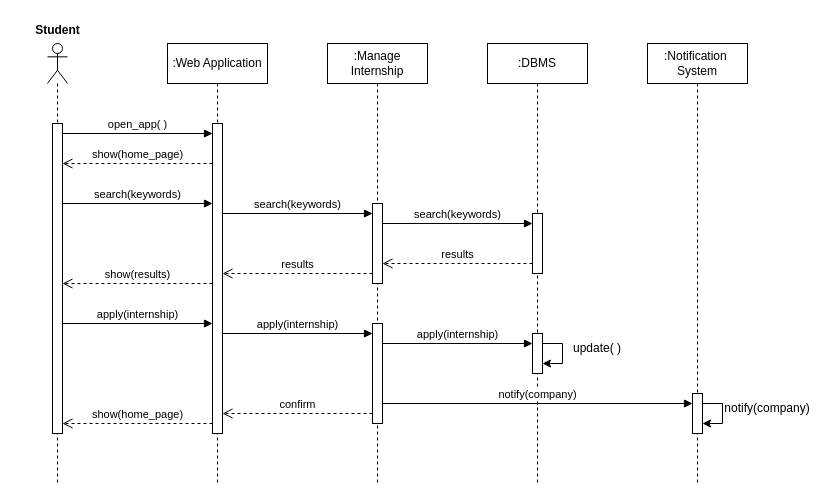
Earlier version of the draw.io diagram DD/Misc/Seq4.drawio (Zero3474/AlkhetiarBonardi). Source tidied: cells renumbered, new cells numbered last; positions are measured from the earlier drawing's top-left corner, leaving out a move shared by most shapes. Both pictures are drawn from the tidied source at 100%, with x=0, y=0 at pixel (17, 17).
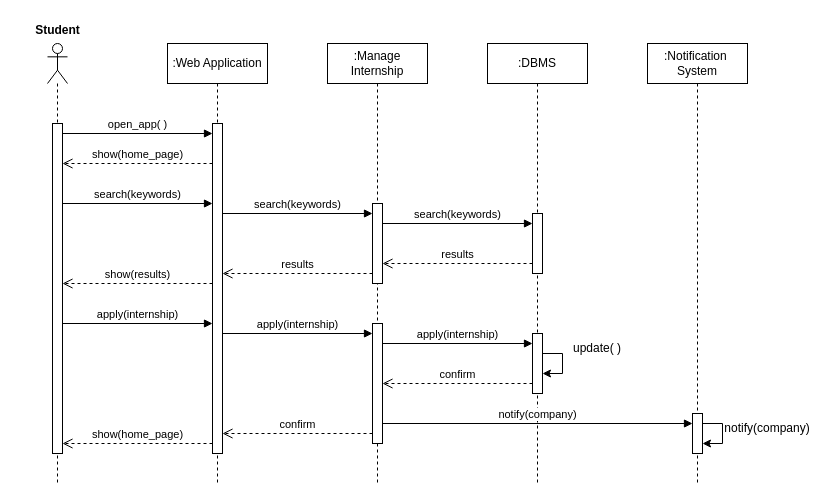
The same diagram, later.

The change refers to these unchanged cells:
```xml
<mxCell id="2" style="shape=umlLifeline;perimeter=lifelinePerimeter;whiteSpace=wrap;html=1;newEdgeStyle={&quot;curved&quot;:0,&quot;rounded&quot;:0};participant=umlActor;" parent="1" vertex="1">
  <mxGeometry x="30" y="26" width="20" height="440" as="geometry" />
</mxCell>
<mxCell id="5" value=":Web Application" style="shape=umlLifeline;perimeter=lifelinePerimeter;whiteSpace=wrap;html=1;newEdgeStyle={&quot;curved&quot;:0,&quot;rounded&quot;:0};" parent="1" vertex="1">
  <mxGeometry x="150" y="26" width="100" height="440" as="geometry" />
</mxCell>
<mxCell id="7" value=":Manage Internship" style="shape=umlLifeline;perimeter=lifelinePerimeter;whiteSpace=wrap;html=1;newEdgeStyle={&quot;curved&quot;:0,&quot;rounded&quot;:0};" parent="1" vertex="1">
  <mxGeometry x="310" y="26" width="100" height="440" as="geometry" />
</mxCell>
<mxCell id="10" value=":DBMS" style="shape=umlLifeline;perimeter=lifelinePerimeter;whiteSpace=wrap;html=1;newEdgeStyle={&quot;curved&quot;:0,&quot;rounded&quot;:0};" parent="1" vertex="1">
  <mxGeometry x="470" y="26" width="100" height="440" as="geometry" />
</mxCell>
<mxCell id="14" value=":Notification&amp;nbsp;&lt;div&gt;System&lt;/div&gt;" style="shape=umlLifeline;perimeter=lifelinePerimeter;whiteSpace=wrap;html=1;newEdgeStyle={&quot;curved&quot;:0,&quot;rounded&quot;:0};" parent="1" vertex="1">
  <mxGeometry x="630" y="26" width="100" height="440" as="geometry" />
</mxCell>
```

Change to the diagram source:
```diff
@@
     <mxCell id="3" style="html=1;perimeter=orthogonalPerimeter;targetShapes=umlLifeline;newEdgeStyle={&quot;curved&quot;:0,&quot;rounded&quot;:0};" parent="2" vertex="1">
-      <mxGeometry x="5" y="80" width="10" height="310" as="geometry" />
+      <mxGeometry x="5" y="80" width="10" height="330" as="geometry" />
     </mxCell>
@@
     <mxCell id="6" style="html=1;perimeter=orthogonalPerimeter;targetShapes=umlLifeline;newEdgeStyle={&quot;curved&quot;:0,&quot;rounded&quot;:0};" parent="5" vertex="1">
-      <mxGeometry x="45" y="80" width="10" height="310" as="geometry" />
+      <mxGeometry x="45" y="80" width="10" height="330" as="geometry" />
     </mxCell>
@@
     <mxCell id="9" style="html=1;perimeter=orthogonalPerimeter;targetShapes=umlLifeline;newEdgeStyle={&quot;curved&quot;:0,&quot;rounded&quot;:0};" parent="7" vertex="1">
-      <mxGeometry x="45" y="280" width="10" height="100" as="geometry" />
+      <mxGeometry x="45" y="280" width="10" height="120" as="geometry" />
     </mxCell>
@@
     <mxCell id="12" style="html=1;points=[[0,0,0,0,5],[0,1,0,0,-5],[1,0,0,0,5],[1,1,0,0,-5]];perimeter=orthogonalPerimeter;outlineConnect=0;targetShapes=umlLifeline;portConstraint=eastwest;newEdgeStyle={&quot;curved&quot;:0,&quot;rounded&quot;:0};" parent="10" vertex="1">
-      <mxGeometry x="45" y="290" width="10" height="40" as="geometry" />
+      <mxGeometry x="45" y="290" width="10" height="60" as="geometry" />
     </mxCell>
@@
     <mxCell id="15" style="html=1;points=[[0,0,0,0,5],[0,1,0,0,-5],[1,0,0,0,5],[1,1,0,0,-5]];perimeter=orthogonalPerimeter;outlineConnect=0;targetShapes=umlLifeline;portConstraint=eastwest;newEdgeStyle={&quot;curved&quot;:0,&quot;rounded&quot;:0};" parent="14" vertex="1">
-      <mxGeometry x="45" y="350" width="10" height="40" as="geometry" />
+      <mxGeometry x="45" y="370" width="10" height="40" as="geometry" />
     </mxCell>
@@
     <mxCell id="29" value="notify(company)" style="html=1;verticalAlign=bottom;endArrow=block;curved=0;rounded=0;exitX=1;exitY=0;exitDx=0;exitDy=5;exitPerimeter=0;" parent="1" edge="1" target="15">
       <mxGeometry relative="1" as="geometry">
-        <mxPoint x="365" y="386" as="sourcePoint" />
+        <mxPoint x="365" y="406" as="sourcePoint" />
       </mxGeometry>
     </mxCell>
     <mxCell id="30" value="notify(company)" style="text;html=1;align=center;verticalAlign=middle;whiteSpace=wrap;rounded=0;" parent="1" vertex="1">
-      <mxGeometry x="710" y="376" width="80" height="30" as="geometry" />
+      <mxGeometry x="710" y="396" width="80" height="30" as="geometry" />
     </mxCell>
     <mxCell id="31" value="confirm" style="html=1;verticalAlign=bottom;endArrow=open;dashed=1;endSize=8;curved=0;rounded=0;" parent="1" edge="1">
       <mxGeometry relative="1" as="geometry">
-        <mxPoint x="355" y="396" as="sourcePoint" />
-        <mxPoint x="205" y="396" as="targetPoint" />
+        <mxPoint x="355" y="416" as="sourcePoint" />
+        <mxPoint x="205" y="416" as="targetPoint" />
       </mxGeometry>
     </mxCell>
     <mxCell id="32" value="show(home_page)" style="html=1;verticalAlign=bottom;endArrow=open;dashed=1;endSize=8;curved=0;rounded=0;" parent="1" edge="1">
       <mxGeometry relative="1" as="geometry">
-        <mxPoint x="195" y="406" as="sourcePoint" />
-        <mxPoint x="45" y="406" as="targetPoint" />
+        <mxPoint x="195" y="426" as="sourcePoint" />
+        <mxPoint x="45" y="426" as="targetPoint" />
       </mxGeometry>
     </mxCell>
+    <mxCell id="33" value="confirm" style="html=1;verticalAlign=bottom;endArrow=open;dashed=1;endSize=8;curved=0;rounded=0;" parent="1" edge="1">
+      <mxGeometry relative="1" as="geometry">
+        <mxPoint x="515" y="366" as="sourcePoint" />
+        <mxPoint x="365" y="366" as="targetPoint" />
+      </mxGeometry>
+    </mxCell>
```
